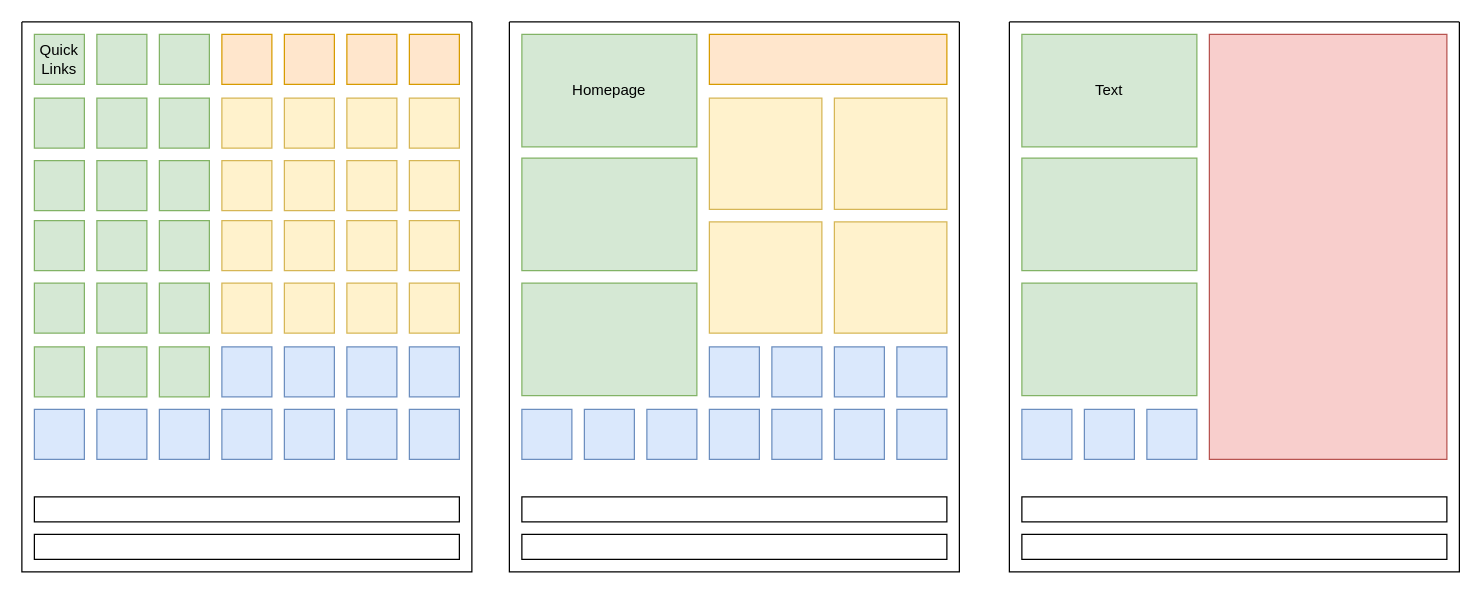
Earlier version of the draw.io diagram template/Template-Visual.drawio (madt-fyi/Website). Source tidied: cells renumbered, new cells numbered last; positions are measured from the earlier drawing's top-left corner, leaving out a move shared by most shapes. Both pictures are drawn from the tidied source at 125%, with x=0, y=0 at pixel (21, 21).
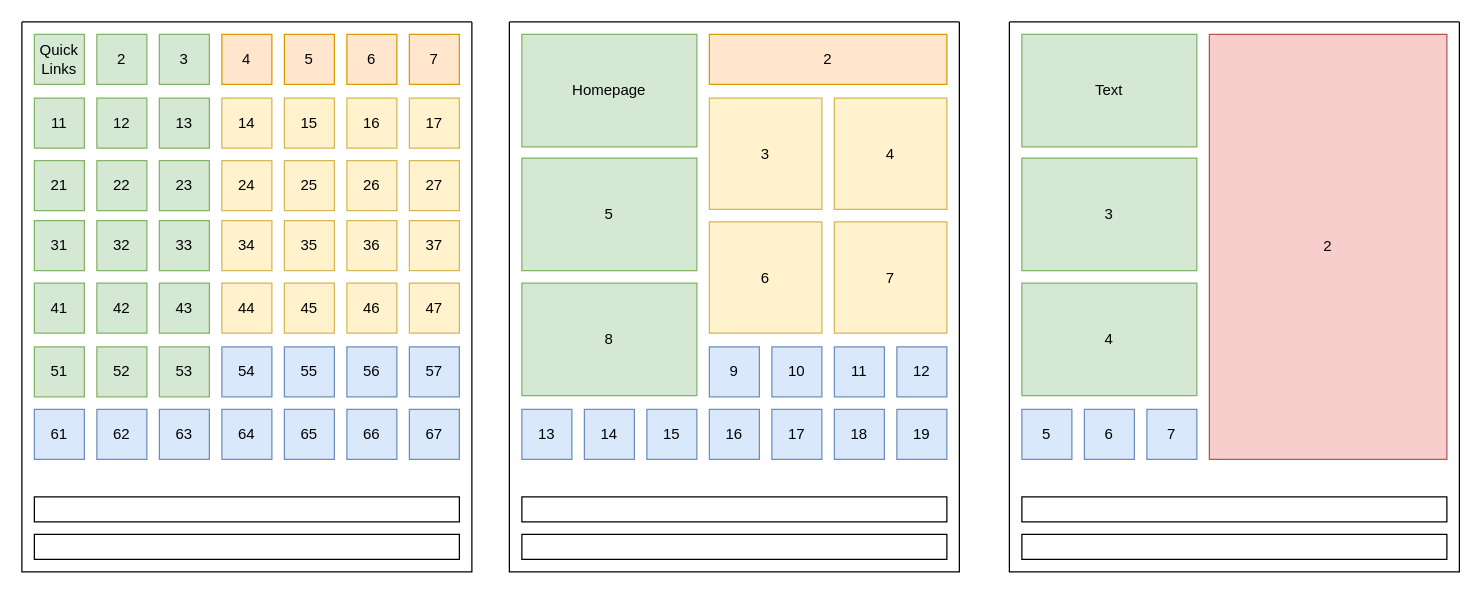
The same page after the edit.

Commit message:
New Template Design

Change to the diagram source:
```diff
@@
-    <mxCell id="2" style="whiteSpace=wrap;html=1;fillColor=#dae8fc;strokeColor=#6c8ebf;" parent="1" vertex="1">
+    <mxCell id="2" value="61" style="whiteSpace=wrap;html=1;fillColor=#dae8fc;strokeColor=#6c8ebf;" parent="1" vertex="1">
       <mxGeometry x="10" y="310" width="40" height="40" as="geometry" />
     </mxCell>
-    <mxCell id="3" style="whiteSpace=wrap;html=1;fillColor=#dae8fc;strokeColor=#6c8ebf;" parent="1" vertex="1">
+    <mxCell id="3" value="62" style="whiteSpace=wrap;html=1;fillColor=#dae8fc;strokeColor=#6c8ebf;" parent="1" vertex="1">
       <mxGeometry x="60" y="310" width="40" height="40" as="geometry" />
     </mxCell>
-    <mxCell id="4" style="whiteSpace=wrap;html=1;fillColor=#dae8fc;strokeColor=#6c8ebf;" parent="1" vertex="1">
+    <mxCell id="4" value="63" style="whiteSpace=wrap;html=1;fillColor=#dae8fc;strokeColor=#6c8ebf;" parent="1" vertex="1">
       <mxGeometry x="110" y="310" width="40" height="40" as="geometry" />
     </mxCell>
-    <mxCell id="5" style="whiteSpace=wrap;html=1;fillColor=#dae8fc;strokeColor=#6c8ebf;" parent="1" vertex="1">
+    <mxCell id="5" value="64" style="whiteSpace=wrap;html=1;fillColor=#dae8fc;strokeColor=#6c8ebf;" parent="1" vertex="1">
       <mxGeometry x="160" y="310" width="40" height="40" as="geometry" />
     </mxCell>
-    <mxCell id="6" style="whiteSpace=wrap;html=1;fillColor=#dae8fc;strokeColor=#6c8ebf;" parent="1" vertex="1">
+    <mxCell id="6" value="65" style="whiteSpace=wrap;html=1;fillColor=#dae8fc;strokeColor=#6c8ebf;" parent="1" vertex="1">
       <mxGeometry x="210" y="310" width="40" height="40" as="geometry" />
     </mxCell>
-    <mxCell id="7" style="whiteSpace=wrap;html=1;fillColor=#dae8fc;strokeColor=#6c8ebf;" parent="1" vertex="1">
+    <mxCell id="7" value="66" style="whiteSpace=wrap;html=1;fillColor=#dae8fc;strokeColor=#6c8ebf;" parent="1" vertex="1">
       <mxGeometry x="260" y="310" width="40" height="40" as="geometry" />
     </mxCell>
-    <mxCell id="8" style="whiteSpace=wrap;html=1;fillColor=#dae8fc;strokeColor=#6c8ebf;" parent="1" vertex="1">
+    <mxCell id="8" value="67" style="whiteSpace=wrap;html=1;fillColor=#dae8fc;strokeColor=#6c8ebf;" parent="1" vertex="1">
       <mxGeometry x="310" y="310" width="40" height="40" as="geometry" />
     </mxCell>
-    <mxCell id="9" style="whiteSpace=wrap;html=1;fillColor=#d5e8d4;strokeColor=#82b366;" parent="1" vertex="1">
+    <mxCell id="9" value="51" style="whiteSpace=wrap;html=1;fillColor=#d5e8d4;strokeColor=#82b366;" parent="1" vertex="1">
       <mxGeometry x="10" y="260" width="40" height="40" as="geometry" />
     </mxCell>
-    <mxCell id="10" style="whiteSpace=wrap;html=1;fillColor=#d5e8d4;strokeColor=#82b366;" parent="1" vertex="1">
+    <mxCell id="10" value="52" style="whiteSpace=wrap;html=1;fillColor=#d5e8d4;strokeColor=#82b366;" parent="1" vertex="1">
       <mxGeometry x="60" y="260" width="40" height="40" as="geometry" />
     </mxCell>
-    <mxCell id="11" style="whiteSpace=wrap;html=1;fillColor=#d5e8d4;strokeColor=#82b366;" parent="1" vertex="1">
+    <mxCell id="11" value="53" style="whiteSpace=wrap;html=1;fillColor=#d5e8d4;strokeColor=#82b366;" parent="1" vertex="1">
       <mxGeometry x="110" y="260" width="40" height="40" as="geometry" />
     </mxCell>
-    <mxCell id="12" style="whiteSpace=wrap;html=1;fillColor=#dae8fc;strokeColor=#6c8ebf;" parent="1" vertex="1">
+    <mxCell id="12" value="54" style="whiteSpace=wrap;html=1;fillColor=#dae8fc;strokeColor=#6c8ebf;" parent="1" vertex="1">
       <mxGeometry x="160" y="260" width="40" height="40" as="geometry" />
     </mxCell>
-    <mxCell id="13" style="whiteSpace=wrap;html=1;fillColor=#dae8fc;strokeColor=#6c8ebf;" parent="1" vertex="1">
+    <mxCell id="13" value="55" style="whiteSpace=wrap;html=1;fillColor=#dae8fc;strokeColor=#6c8ebf;" parent="1" vertex="1">
       <mxGeometry x="210" y="260" width="40" height="40" as="geometry" />
     </mxCell>
-    <mxCell id="14" style="whiteSpace=wrap;html=1;fillColor=#dae8fc;strokeColor=#6c8ebf;" parent="1" vertex="1">
+    <mxCell id="14" value="56" style="whiteSpace=wrap;html=1;fillColor=#dae8fc;strokeColor=#6c8ebf;" parent="1" vertex="1">
       <mxGeometry x="260" y="260" width="40" height="40" as="geometry" />
     </mxCell>
-    <mxCell id="15" style="whiteSpace=wrap;html=1;fillColor=#dae8fc;strokeColor=#6c8ebf;" parent="1" vertex="1">
+    <mxCell id="15" value="57" style="whiteSpace=wrap;html=1;fillColor=#dae8fc;strokeColor=#6c8ebf;" parent="1" vertex="1">
       <mxGeometry x="310" y="260" width="40" height="40" as="geometry" />
     </mxCell>
-    <mxCell id="16" style="whiteSpace=wrap;html=1;fillColor=#d5e8d4;strokeColor=#82b366;" parent="1" vertex="1">
+    <mxCell id="16" value="41" style="whiteSpace=wrap;html=1;fillColor=#d5e8d4;strokeColor=#82b366;" parent="1" vertex="1">
       <mxGeometry x="10" y="209" width="40" height="40" as="geometry" />
     </mxCell>
-    <mxCell id="17" style="whiteSpace=wrap;html=1;fillColor=#d5e8d4;strokeColor=#82b366;" parent="1" vertex="1">
+    <mxCell id="17" value="42" style="whiteSpace=wrap;html=1;fillColor=#d5e8d4;strokeColor=#82b366;" parent="1" vertex="1">
       <mxGeometry x="60" y="209" width="40" height="40" as="geometry" />
     </mxCell>
-    <mxCell id="18" style="whiteSpace=wrap;html=1;fillColor=#d5e8d4;strokeColor=#82b366;" parent="1" vertex="1">
+    <mxCell id="18" value="43" style="whiteSpace=wrap;html=1;fillColor=#d5e8d4;strokeColor=#82b366;" parent="1" vertex="1">
       <mxGeometry x="110" y="209" width="40" height="40" as="geometry" />
     </mxCell>
-    <mxCell id="19" style="whiteSpace=wrap;html=1;fillColor=#fff2cc;strokeColor=#d6b656;" parent="1" vertex="1">
+    <mxCell id="19" value="44" style="whiteSpace=wrap;html=1;fillColor=#fff2cc;strokeColor=#d6b656;" parent="1" vertex="1">
       <mxGeometry x="160" y="209" width="40" height="40" as="geometry" />
     </mxCell>
-    <mxCell id="20" style="whiteSpace=wrap;html=1;fillColor=#fff2cc;strokeColor=#d6b656;" parent="1" vertex="1">
+    <mxCell id="20" value="45" style="whiteSpace=wrap;html=1;fillColor=#fff2cc;strokeColor=#d6b656;" parent="1" vertex="1">
       <mxGeometry x="210" y="209" width="40" height="40" as="geometry" />
     </mxCell>
-    <mxCell id="21" style="whiteSpace=wrap;html=1;fillColor=#fff2cc;strokeColor=#d6b656;" parent="1" vertex="1">
+    <mxCell id="21" value="46" style="whiteSpace=wrap;html=1;fillColor=#fff2cc;strokeColor=#d6b656;" parent="1" vertex="1">
       <mxGeometry x="260" y="209" width="40" height="40" as="geometry" />
     </mxCell>
-    <mxCell id="22" style="whiteSpace=wrap;html=1;fillColor=#fff2cc;strokeColor=#d6b656;" parent="1" vertex="1">
+    <mxCell id="22" value="47" style="whiteSpace=wrap;html=1;fillColor=#fff2cc;strokeColor=#d6b656;" parent="1" vertex="1">
       <mxGeometry x="310" y="209" width="40" height="40" as="geometry" />
     </mxCell>
-    <mxCell id="23" style="whiteSpace=wrap;html=1;fillColor=#d5e8d4;strokeColor=#82b366;" parent="1" vertex="1">
+    <mxCell id="23" value="31" style="whiteSpace=wrap;html=1;fillColor=#d5e8d4;strokeColor=#82b366;" parent="1" vertex="1">
       <mxGeometry x="10" y="159" width="40" height="40" as="geometry" />
     </mxCell>
-    <mxCell id="24" style="whiteSpace=wrap;html=1;fillColor=#d5e8d4;strokeColor=#82b366;" parent="1" vertex="1">
+    <mxCell id="24" value="32" style="whiteSpace=wrap;html=1;fillColor=#d5e8d4;strokeColor=#82b366;" parent="1" vertex="1">
       <mxGeometry x="60" y="159" width="40" height="40" as="geometry" />
     </mxCell>
-    <mxCell id="25" style="whiteSpace=wrap;html=1;fillColor=#d5e8d4;strokeColor=#82b366;" parent="1" vertex="1">
+    <mxCell id="25" value="33" style="whiteSpace=wrap;html=1;fillColor=#d5e8d4;strokeColor=#82b366;" parent="1" vertex="1">
       <mxGeometry x="110" y="159" width="40" height="40" as="geometry" />
     </mxCell>
-    <mxCell id="26" style="whiteSpace=wrap;html=1;fillColor=#fff2cc;strokeColor=#d6b656;" parent="1" vertex="1">
+    <mxCell id="26" value="34" style="whiteSpace=wrap;html=1;fillColor=#fff2cc;strokeColor=#d6b656;" parent="1" vertex="1">
       <mxGeometry x="160" y="159" width="40" height="40" as="geometry" />
     </mxCell>
-    <mxCell id="27" style="whiteSpace=wrap;html=1;fillColor=#fff2cc;strokeColor=#d6b656;" parent="1" vertex="1">
+    <mxCell id="27" value="35" style="whiteSpace=wrap;html=1;fillColor=#fff2cc;strokeColor=#d6b656;" parent="1" vertex="1">
       <mxGeometry x="210" y="159" width="40" height="40" as="geometry" />
     </mxCell>
-    <mxCell id="28" style="whiteSpace=wrap;html=1;fillColor=#fff2cc;strokeColor=#d6b656;" parent="1" vertex="1">
+    <mxCell id="28" value="36" style="whiteSpace=wrap;html=1;fillColor=#fff2cc;strokeColor=#d6b656;" parent="1" vertex="1">
       <mxGeometry x="260" y="159" width="40" height="40" as="geometry" />
     </mxCell>
-    <mxCell id="29" style="whiteSpace=wrap;html=1;fillColor=#fff2cc;strokeColor=#d6b656;" parent="1" vertex="1">
+    <mxCell id="29" value="37" style="whiteSpace=wrap;html=1;fillColor=#fff2cc;strokeColor=#d6b656;" parent="1" vertex="1">
       <mxGeometry x="310" y="159" width="40" height="40" as="geometry" />
     </mxCell>
-    <mxCell id="30" style="whiteSpace=wrap;html=1;fillColor=#d5e8d4;strokeColor=#82b366;" parent="1" vertex="1">
+    <mxCell id="30" value="21" style="whiteSpace=wrap;html=1;fillColor=#d5e8d4;strokeColor=#82b366;" parent="1" vertex="1">
       <mxGeometry x="10" y="111" width="40" height="40" as="geometry" />
     </mxCell>
-    <mxCell id="31" style="whiteSpace=wrap;html=1;fillColor=#d5e8d4;strokeColor=#82b366;" parent="1" vertex="1">
+    <mxCell id="31" value="22" style="whiteSpace=wrap;html=1;fillColor=#d5e8d4;strokeColor=#82b366;" parent="1" vertex="1">
       <mxGeometry x="60" y="111" width="40" height="40" as="geometry" />
     </mxCell>
-    <mxCell id="32" style="whiteSpace=wrap;html=1;fillColor=#d5e8d4;strokeColor=#82b366;" parent="1" vertex="1">
+    <mxCell id="32" value="23" style="whiteSpace=wrap;html=1;fillColor=#d5e8d4;strokeColor=#82b366;" parent="1" vertex="1">
       <mxGeometry x="110" y="111" width="40" height="40" as="geometry" />
     </mxCell>
-    <mxCell id="33" style="whiteSpace=wrap;html=1;fillColor=#fff2cc;strokeColor=#d6b656;" parent="1" vertex="1">
+    <mxCell id="33" value="24" style="whiteSpace=wrap;html=1;fillColor=#fff2cc;strokeColor=#d6b656;" parent="1" vertex="1">
       <mxGeometry x="160" y="111" width="40" height="40" as="geometry" />
     </mxCell>
-    <mxCell id="34" style="whiteSpace=wrap;html=1;fillColor=#fff2cc;strokeColor=#d6b656;" parent="1" vertex="1">
+    <mxCell id="34" value="25" style="whiteSpace=wrap;html=1;fillColor=#fff2cc;strokeColor=#d6b656;" parent="1" vertex="1">
       <mxGeometry x="210" y="111" width="40" height="40" as="geometry" />
     </mxCell>
-    <mxCell id="35" style="whiteSpace=wrap;html=1;fillColor=#fff2cc;strokeColor=#d6b656;" parent="1" vertex="1">
+    <mxCell id="35" value="26" style="whiteSpace=wrap;html=1;fillColor=#fff2cc;strokeColor=#d6b656;" parent="1" vertex="1">
       <mxGeometry x="260" y="111" width="40" height="40" as="geometry" />
     </mxCell>
-    <mxCell id="36" style="whiteSpace=wrap;html=1;fillColor=#fff2cc;strokeColor=#d6b656;" parent="1" vertex="1">
+    <mxCell id="36" value="27" style="whiteSpace=wrap;html=1;fillColor=#fff2cc;strokeColor=#d6b656;" parent="1" vertex="1">
       <mxGeometry x="310" y="111" width="40" height="40" as="geometry" />
     </mxCell>
-    <mxCell id="37" style="whiteSpace=wrap;html=1;fillColor=#d5e8d4;strokeColor=#82b366;" parent="1" vertex="1">
+    <mxCell id="37" value="11" style="whiteSpace=wrap;html=1;fillColor=#d5e8d4;strokeColor=#82b366;" parent="1" vertex="1">
       <mxGeometry x="10" y="61" width="40" height="40" as="geometry" />
     </mxCell>
-    <mxCell id="38" style="whiteSpace=wrap;html=1;fillColor=#d5e8d4;strokeColor=#82b366;" parent="1" vertex="1">
+    <mxCell id="38" value="12" style="whiteSpace=wrap;html=1;fillColor=#d5e8d4;strokeColor=#82b366;" parent="1" vertex="1">
       <mxGeometry x="60" y="61" width="40" height="40" as="geometry" />
     </mxCell>
-    <mxCell id="39" style="whiteSpace=wrap;html=1;fillColor=#d5e8d4;strokeColor=#82b366;" parent="1" vertex="1">
+    <mxCell id="39" value="13" style="whiteSpace=wrap;html=1;fillColor=#d5e8d4;strokeColor=#82b366;" parent="1" vertex="1">
       <mxGeometry x="110" y="61" width="40" height="40" as="geometry" />
     </mxCell>
-    <mxCell id="40" style="whiteSpace=wrap;html=1;fillColor=#fff2cc;strokeColor=#d6b656;" parent="1" vertex="1">
+    <mxCell id="40" value="14" style="whiteSpace=wrap;html=1;fillColor=#fff2cc;strokeColor=#d6b656;" parent="1" vertex="1">
       <mxGeometry x="160" y="61" width="40" height="40" as="geometry" />
     </mxCell>
-    <mxCell id="41" style="whiteSpace=wrap;html=1;fillColor=#fff2cc;strokeColor=#d6b656;" parent="1" vertex="1">
+    <mxCell id="41" value="15" style="whiteSpace=wrap;html=1;fillColor=#fff2cc;strokeColor=#d6b656;" parent="1" vertex="1">
       <mxGeometry x="210" y="61" width="40" height="40" as="geometry" />
     </mxCell>
-    <mxCell id="42" style="whiteSpace=wrap;html=1;fillColor=#fff2cc;strokeColor=#d6b656;" parent="1" vertex="1">
+    <mxCell id="42" value="16" style="whiteSpace=wrap;html=1;fillColor=#fff2cc;strokeColor=#d6b656;" parent="1" vertex="1">
       <mxGeometry x="260" y="61" width="40" height="40" as="geometry" />
     </mxCell>
-    <mxCell id="43" style="whiteSpace=wrap;html=1;fillColor=#fff2cc;strokeColor=#d6b656;" parent="1" vertex="1">
+    <mxCell id="43" value="17" style="whiteSpace=wrap;html=1;fillColor=#fff2cc;strokeColor=#d6b656;" parent="1" vertex="1">
       <mxGeometry x="310" y="61" width="40" height="40" as="geometry" />
     </mxCell>
@@
-    <mxCell id="45" style="whiteSpace=wrap;html=1;fillColor=#d5e8d4;strokeColor=#82b366;" parent="1" vertex="1">
+    <mxCell id="45" value="2" style="whiteSpace=wrap;html=1;fillColor=#d5e8d4;strokeColor=#82b366;" parent="1" vertex="1">
       <mxGeometry x="60" y="10" width="40" height="40" as="geometry" />
     </mxCell>
-    <mxCell id="46" style="whiteSpace=wrap;html=1;fillColor=#d5e8d4;strokeColor=#82b366;" parent="1" vertex="1">
+    <mxCell id="46" value="3" style="whiteSpace=wrap;html=1;fillColor=#d5e8d4;strokeColor=#82b366;" parent="1" vertex="1">
       <mxGeometry x="110" y="10" width="40" height="40" as="geometry" />
     </mxCell>
-    <mxCell id="47" style="whiteSpace=wrap;html=1;fillColor=#ffe6cc;strokeColor=#d79b00;" parent="1" vertex="1">
+    <mxCell id="47" value="4" style="whiteSpace=wrap;html=1;fillColor=#ffe6cc;strokeColor=#d79b00;" parent="1" vertex="1">
       <mxGeometry x="160" y="10" width="40" height="40" as="geometry" />
     </mxCell>
-    <mxCell id="48" style="whiteSpace=wrap;html=1;fillColor=#ffe6cc;strokeColor=#d79b00;" parent="1" vertex="1">
+    <mxCell id="48" value="5" style="whiteSpace=wrap;html=1;fillColor=#ffe6cc;strokeColor=#d79b00;" parent="1" vertex="1">
       <mxGeometry x="210" y="10" width="40" height="40" as="geometry" />
     </mxCell>
-    <mxCell id="49" style="whiteSpace=wrap;html=1;fillColor=#ffe6cc;strokeColor=#d79b00;" parent="1" vertex="1">
+    <mxCell id="49" value="6" style="whiteSpace=wrap;html=1;fillColor=#ffe6cc;strokeColor=#d79b00;" parent="1" vertex="1">
       <mxGeometry x="260" y="10" width="40" height="40" as="geometry" />
     </mxCell>
-    <mxCell id="50" style="whiteSpace=wrap;html=1;fillColor=#ffe6cc;strokeColor=#d79b00;" parent="1" vertex="1">
+    <mxCell id="50" value="7" style="whiteSpace=wrap;html=1;fillColor=#ffe6cc;strokeColor=#d79b00;" parent="1" vertex="1">
       <mxGeometry x="310" y="10" width="40" height="40" as="geometry" />
     </mxCell>
@@
-    <mxCell id="53" style="whiteSpace=wrap;html=1;fillColor=#dae8fc;strokeColor=#6c8ebf;" parent="1" vertex="1">
+    <mxCell id="53" value="13" style="whiteSpace=wrap;html=1;fillColor=#dae8fc;strokeColor=#6c8ebf;" parent="1" vertex="1">
       <mxGeometry x="400" y="310" width="40" height="40" as="geometry" />
     </mxCell>
-    <mxCell id="54" style="whiteSpace=wrap;html=1;fillColor=#dae8fc;strokeColor=#6c8ebf;" parent="1" vertex="1">
+    <mxCell id="54" value="14" style="whiteSpace=wrap;html=1;fillColor=#dae8fc;strokeColor=#6c8ebf;" parent="1" vertex="1">
       <mxGeometry x="450" y="310" width="40" height="40" as="geometry" />
     </mxCell>
-    <mxCell id="55" style="whiteSpace=wrap;html=1;fillColor=#dae8fc;strokeColor=#6c8ebf;" parent="1" vertex="1">
+    <mxCell id="55" value="15" style="whiteSpace=wrap;html=1;fillColor=#dae8fc;strokeColor=#6c8ebf;" parent="1" vertex="1">
       <mxGeometry x="500" y="310" width="40" height="40" as="geometry" />
     </mxCell>
-    <mxCell id="56" style="whiteSpace=wrap;html=1;fillColor=#dae8fc;strokeColor=#6c8ebf;" parent="1" vertex="1">
+    <mxCell id="56" value="16" style="whiteSpace=wrap;html=1;fillColor=#dae8fc;strokeColor=#6c8ebf;" parent="1" vertex="1">
       <mxGeometry x="550" y="310" width="40" height="40" as="geometry" />
     </mxCell>
-    <mxCell id="57" style="whiteSpace=wrap;html=1;fillColor=#dae8fc;strokeColor=#6c8ebf;" parent="1" vertex="1">
+    <mxCell id="57" value="17" style="whiteSpace=wrap;html=1;fillColor=#dae8fc;strokeColor=#6c8ebf;" parent="1" vertex="1">
       <mxGeometry x="600" y="310" width="40" height="40" as="geometry" />
     </mxCell>
-    <mxCell id="58" style="whiteSpace=wrap;html=1;fillColor=#dae8fc;strokeColor=#6c8ebf;" parent="1" vertex="1">
+    <mxCell id="58" value="18" style="whiteSpace=wrap;html=1;fillColor=#dae8fc;strokeColor=#6c8ebf;" parent="1" vertex="1">
       <mxGeometry x="650" y="310" width="40" height="40" as="geometry" />
     </mxCell>
-    <mxCell id="59" style="whiteSpace=wrap;html=1;fillColor=#dae8fc;strokeColor=#6c8ebf;" parent="1" vertex="1">
+    <mxCell id="59" value="19" style="whiteSpace=wrap;html=1;fillColor=#dae8fc;strokeColor=#6c8ebf;" parent="1" vertex="1">
       <mxGeometry x="700" y="310" width="40" height="40" as="geometry" />
     </mxCell>
-    <mxCell id="60" style="whiteSpace=wrap;html=1;fillColor=#dae8fc;strokeColor=#6c8ebf;" parent="1" vertex="1">
+    <mxCell id="60" value="9" style="whiteSpace=wrap;html=1;fillColor=#dae8fc;strokeColor=#6c8ebf;" parent="1" vertex="1">
       <mxGeometry x="550" y="260" width="40" height="40" as="geometry" />
     </mxCell>
-    <mxCell id="61" style="whiteSpace=wrap;html=1;fillColor=#dae8fc;strokeColor=#6c8ebf;" parent="1" vertex="1">
+    <mxCell id="61" value="10" style="whiteSpace=wrap;html=1;fillColor=#dae8fc;strokeColor=#6c8ebf;" parent="1" vertex="1">
       <mxGeometry x="600" y="260" width="40" height="40" as="geometry" />
     </mxCell>
-    <mxCell id="62" style="whiteSpace=wrap;html=1;fillColor=#dae8fc;strokeColor=#6c8ebf;" parent="1" vertex="1">
+    <mxCell id="62" value="11" style="whiteSpace=wrap;html=1;fillColor=#dae8fc;strokeColor=#6c8ebf;" parent="1" vertex="1">
       <mxGeometry x="650" y="260" width="40" height="40" as="geometry" />
     </mxCell>
-    <mxCell id="63" style="whiteSpace=wrap;html=1;fillColor=#dae8fc;strokeColor=#6c8ebf;" parent="1" vertex="1">
+    <mxCell id="63" value="12" style="whiteSpace=wrap;html=1;fillColor=#dae8fc;strokeColor=#6c8ebf;" parent="1" vertex="1">
       <mxGeometry x="700" y="260" width="40" height="40" as="geometry" />
     </mxCell>
@@
-    <mxCell id="67" style="rounded=0;whiteSpace=wrap;html=1;fillColor=#d5e8d4;strokeColor=#82b366;" parent="1" vertex="1">
+    <mxCell id="67" value="5" style="rounded=0;whiteSpace=wrap;html=1;fillColor=#d5e8d4;strokeColor=#82b366;" parent="1" vertex="1">
       <mxGeometry x="400" y="109" width="140" height="90" as="geometry" />
     </mxCell>
-    <mxCell id="68" style="rounded=0;whiteSpace=wrap;html=1;fillColor=#ffe6cc;strokeColor=#d79b00;" parent="1" vertex="1">
+    <mxCell id="68" value="2" style="rounded=0;whiteSpace=wrap;html=1;fillColor=#ffe6cc;strokeColor=#d79b00;" parent="1" vertex="1">
       <mxGeometry x="550" y="10" width="190" height="40" as="geometry" />
     </mxCell>
-    <mxCell id="69" style="rounded=0;whiteSpace=wrap;html=1;fillColor=#fff2cc;strokeColor=#d6b656;" parent="1" vertex="1">
+    <mxCell id="69" value="3" style="rounded=0;whiteSpace=wrap;html=1;fillColor=#fff2cc;strokeColor=#d6b656;" parent="1" vertex="1">
       <mxGeometry x="550" y="61" width="90" height="89" as="geometry" />
     </mxCell>
-    <mxCell id="70" style="rounded=0;whiteSpace=wrap;html=1;fillColor=#fff2cc;strokeColor=#d6b656;" parent="1" vertex="1">
+    <mxCell id="70" value="4" style="rounded=0;whiteSpace=wrap;html=1;fillColor=#fff2cc;strokeColor=#d6b656;" parent="1" vertex="1">
       <mxGeometry x="650" y="61" width="90" height="89" as="geometry" />
     </mxCell>
-    <mxCell id="71" style="rounded=0;whiteSpace=wrap;html=1;fillColor=#fff2cc;strokeColor=#d6b656;" parent="1" vertex="1">
+    <mxCell id="71" value="6" style="rounded=0;whiteSpace=wrap;html=1;fillColor=#fff2cc;strokeColor=#d6b656;" parent="1" vertex="1">
       <mxGeometry x="550" y="160" width="90" height="89" as="geometry" />
     </mxCell>
-    <mxCell id="72" style="rounded=0;whiteSpace=wrap;html=1;fillColor=#fff2cc;strokeColor=#d6b656;" parent="1" vertex="1">
+    <mxCell id="72" value="7" style="rounded=0;whiteSpace=wrap;html=1;fillColor=#fff2cc;strokeColor=#d6b656;" parent="1" vertex="1">
       <mxGeometry x="650" y="160" width="90" height="89" as="geometry" />
     </mxCell>
-    <mxCell id="73" style="rounded=0;whiteSpace=wrap;html=1;fillColor=#d5e8d4;strokeColor=#82b366;" parent="1" vertex="1">
+    <mxCell id="73" value="8" style="rounded=0;whiteSpace=wrap;html=1;fillColor=#d5e8d4;strokeColor=#82b366;" parent="1" vertex="1">
       <mxGeometry x="400" y="209" width="140" height="90" as="geometry" />
     </mxCell>
@@
-    <mxCell id="76" style="whiteSpace=wrap;html=1;fillColor=#dae8fc;strokeColor=#6c8ebf;" parent="1" vertex="1">
+    <mxCell id="76" value="5" style="whiteSpace=wrap;html=1;fillColor=#dae8fc;strokeColor=#6c8ebf;" parent="1" vertex="1">
       <mxGeometry x="800" y="310" width="40" height="40" as="geometry" />
     </mxCell>
-    <mxCell id="77" style="whiteSpace=wrap;html=1;fillColor=#dae8fc;strokeColor=#6c8ebf;" parent="1" vertex="1">
+    <mxCell id="77" value="6" style="whiteSpace=wrap;html=1;fillColor=#dae8fc;strokeColor=#6c8ebf;" parent="1" vertex="1">
       <mxGeometry x="850" y="310" width="40" height="40" as="geometry" />
     </mxCell>
-    <mxCell id="78" style="whiteSpace=wrap;html=1;fillColor=#dae8fc;strokeColor=#6c8ebf;" parent="1" vertex="1">
+    <mxCell id="78" value="7" style="whiteSpace=wrap;html=1;fillColor=#dae8fc;strokeColor=#6c8ebf;" parent="1" vertex="1">
       <mxGeometry x="900" y="310" width="40" height="40" as="geometry" />
     </mxCell>
@@
-    <mxCell id="82" style="rounded=0;whiteSpace=wrap;html=1;fillColor=#d5e8d4;strokeColor=#82b366;" parent="1" vertex="1">
+    <mxCell id="82" value="3" style="rounded=0;whiteSpace=wrap;html=1;fillColor=#d5e8d4;strokeColor=#82b366;" parent="1" vertex="1">
       <mxGeometry x="800" y="109" width="140" height="90" as="geometry" />
     </mxCell>
-    <mxCell id="83" style="rounded=0;whiteSpace=wrap;html=1;fillColor=#f8cecc;strokeColor=#b85450;" parent="1" vertex="1">
+    <mxCell id="83" value="2" style="rounded=0;whiteSpace=wrap;html=1;fillColor=#f8cecc;strokeColor=#b85450;" parent="1" vertex="1">
       <mxGeometry x="950" y="10" width="190" height="340" as="geometry" />
     </mxCell>
-    <mxCell id="84" style="rounded=0;whiteSpace=wrap;html=1;fillColor=#d5e8d4;strokeColor=#82b366;" parent="1" vertex="1">
+    <mxCell id="84" value="4" style="rounded=0;whiteSpace=wrap;html=1;fillColor=#d5e8d4;strokeColor=#82b366;" parent="1" vertex="1">
       <mxGeometry x="800" y="209" width="140" height="90" as="geometry" />
     </mxCell>
```
